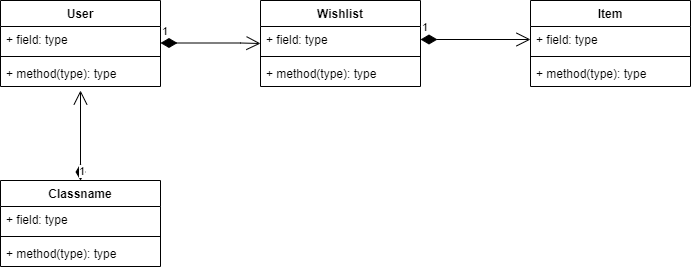
kasperkhansen/Projekt2_gruppe7 keeps this draw.io diagram as src/main/resources/static/Diagrams/ClassDiagram.png. Above is the earlier version. Source tidied: cells renumbered, new cells last; positions are measured from the earlier drawing's top-left corner, leaving out a move shared by most shapes.
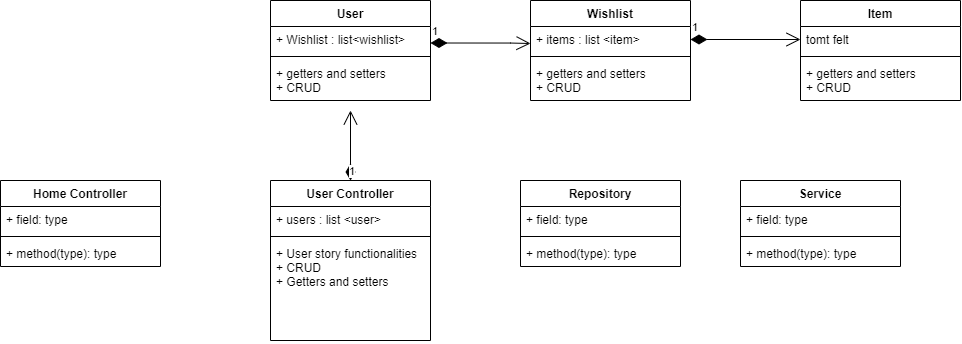
Later version of the same file.

What changed in the source:
```diff
@@ -3,40 +3,40 @@
     <mxCell id="0" />
     <mxCell id="1" parent="0" />
     <mxCell id="2" value="User" style="swimlane;fontStyle=1;align=center;verticalAlign=top;horizontal=1;startSize=26;" parent="1" vertex="1">
-      <mxGeometry width="160" height="86" as="geometry" />
+      <mxGeometry width="160" height="100" as="geometry" />
     </mxCell>
-    <mxCell id="3" value="+ field: type" style="text;strokeColor=none;fillColor=none;align=left;verticalAlign=top;spacingLeft=4;spacingRight=4;overflow=hidden;" parent="2" vertex="1">
+    <mxCell id="3" value="+ Wishlist : list&lt;wishlist&gt;" style="text;strokeColor=none;fillColor=none;align=left;verticalAlign=top;spacingLeft=4;spacingRight=4;overflow=hidden;" parent="2" vertex="1">
       <mxGeometry y="26" width="160" height="26" as="geometry" />
     </mxCell>
     <mxCell id="4" style="line;strokeWidth=1;fillColor=none;align=left;verticalAlign=middle;spacingTop=-1;spacingLeft=3;spacingRight=3;labelPosition=right;strokeColor=inherit;" parent="2" vertex="1">
       <mxGeometry y="52" width="160" height="8" as="geometry" />
     </mxCell>
-    <mxCell id="5" value="+ method(type): type" style="text;strokeColor=none;fillColor=none;align=left;verticalAlign=top;spacingLeft=4;spacingRight=4;overflow=hidden;" parent="2" vertex="1">
-      <mxGeometry y="60" width="160" height="26" as="geometry" />
+    <mxCell id="5" value="+ getters and setters&#10;+ CRUD" style="text;strokeColor=none;fillColor=none;align=left;verticalAlign=top;spacingLeft=4;spacingRight=4;overflow=hidden;" parent="2" vertex="1">
+      <mxGeometry y="60" width="160" height="40" as="geometry" />
     </mxCell>
     <mxCell id="6" value="Wishlist" style="swimlane;fontStyle=1;align=center;verticalAlign=top;horizontal=1;startSize=26;" parent="1" vertex="1">
-      <mxGeometry x="260" width="160" height="86" as="geometry" />
+      <mxGeometry x="260" width="160" height="100" as="geometry" />
     </mxCell>
-    <mxCell id="7" value="+ field: type" style="text;strokeColor=none;fillColor=none;align=left;verticalAlign=top;spacingLeft=4;spacingRight=4;overflow=hidden;points=[[0,0.5],[1,0.5]];portConstraint=eastwest;" parent="6" vertex="1">
+    <mxCell id="7" value="+ items : list &lt;item&gt;" style="text;strokeColor=none;fillColor=none;align=left;verticalAlign=top;spacingLeft=4;spacingRight=4;overflow=hidden;points=[[0,0.5],[1,0.5]];portConstraint=eastwest;" parent="6" vertex="1">
       <mxGeometry y="26" width="160" height="26" as="geometry" />
     </mxCell>
     <mxCell id="8" style="line;strokeWidth=1;fillColor=none;align=left;verticalAlign=middle;spacingTop=-1;spacingLeft=3;spacingRight=3;labelPosition=right;strokeColor=inherit;" parent="6" vertex="1">
       <mxGeometry y="52" width="160" height="8" as="geometry" />
     </mxCell>
-    <mxCell id="9" value="+ method(type): type" style="text;strokeColor=none;fillColor=none;align=left;verticalAlign=top;spacingLeft=4;spacingRight=4;overflow=hidden;" parent="6" vertex="1">
-      <mxGeometry y="60" width="160" height="26" as="geometry" />
+    <mxCell id="9" value="+ getters and setters&#10;+ CRUD" style="text;strokeColor=none;fillColor=none;align=left;verticalAlign=top;spacingLeft=4;spacingRight=4;overflow=hidden;" parent="6" vertex="1">
+      <mxGeometry y="60" width="160" height="40" as="geometry" />
     </mxCell>
     <mxCell id="10" value="Item" style="swimlane;fontStyle=1;align=center;verticalAlign=top;horizontal=1;startSize=26;" parent="1" vertex="1">
-      <mxGeometry x="530" width="160" height="86" as="geometry" />
+      <mxGeometry x="530" width="160" height="100" as="geometry" />
     </mxCell>
-    <mxCell id="11" value="+ field: type" style="text;strokeColor=none;fillColor=none;align=left;verticalAlign=top;spacingLeft=4;spacingRight=4;overflow=hidden;points=[[0,0.5],[1,0.5]];portConstraint=eastwest;" parent="10" vertex="1">
+    <mxCell id="11" value="tomt felt" style="text;strokeColor=none;fillColor=none;align=left;verticalAlign=top;spacingLeft=4;spacingRight=4;overflow=hidden;points=[[0,0.5],[1,0.5]];portConstraint=eastwest;" parent="10" vertex="1">
       <mxGeometry y="26" width="160" height="26" as="geometry" />
     </mxCell>
     <mxCell id="12" style="line;strokeWidth=1;fillColor=none;align=left;verticalAlign=middle;spacingTop=-1;spacingLeft=3;spacingRight=3;labelPosition=right;strokeColor=inherit;" parent="10" vertex="1">
       <mxGeometry y="52" width="160" height="8" as="geometry" />
     </mxCell>
-    <mxCell id="13" value="+ method(type): type" style="text;strokeColor=none;fillColor=none;align=left;verticalAlign=top;spacingLeft=4;spacingRight=4;overflow=hidden;" parent="10" vertex="1">
-      <mxGeometry y="60" width="160" height="26" as="geometry" />
+    <mxCell id="13" value="+ getters and setters&#10;+ CRUD" style="text;strokeColor=none;fillColor=none;align=left;verticalAlign=top;spacingLeft=4;spacingRight=4;overflow=hidden;" parent="10" vertex="1">
+      <mxGeometry y="60" width="160" height="40" as="geometry" />
     </mxCell>
     <mxCell id="14" value="1" style="endArrow=open;html=1;endSize=12;startArrow=diamondThin;startSize=14;startFill=1;edgeStyle=orthogonalEdgeStyle;align=left;verticalAlign=bottom;rounded=0;exitX=1;exitY=0.5;exitDx=0;exitDy=0;entryX=0;entryY=0.5;entryDx=0;entryDy=0;" parent="1" edge="1" source="7" target="11">
       <mxGeometry x="-1" y="3" relative="1" as="geometry" />
@@ -51,22 +51,58 @@
         </Array>
       </mxGeometry>
     </mxCell>
-    <mxCell id="16" value="Classname" style="swimlane;fontStyle=1;align=center;verticalAlign=top;horizontal=1;startSize=26;" parent="1" vertex="1">
-      <mxGeometry y="180" width="160" height="86" as="geometry" />
+    <mxCell id="16" value="User Controller" style="swimlane;fontStyle=1;align=center;verticalAlign=top;horizontal=1;startSize=26;" parent="1" vertex="1">
+      <mxGeometry y="180" width="160" height="160" as="geometry" />
     </mxCell>
-    <mxCell id="17" value="+ field: type" style="text;strokeColor=none;fillColor=none;align=left;verticalAlign=top;spacingLeft=4;spacingRight=4;overflow=hidden;" parent="16" vertex="1">
+    <mxCell id="17" value="+ users : list &lt;user&gt;" style="text;strokeColor=none;fillColor=none;align=left;verticalAlign=top;spacingLeft=4;spacingRight=4;overflow=hidden;" parent="16" vertex="1">
       <mxGeometry y="26" width="160" height="26" as="geometry" />
     </mxCell>
     <mxCell id="18" style="line;strokeWidth=1;fillColor=none;align=left;verticalAlign=middle;spacingTop=-1;spacingLeft=3;spacingRight=3;labelPosition=right;strokeColor=inherit;" parent="16" vertex="1">
       <mxGeometry y="52" width="160" height="8" as="geometry" />
     </mxCell>
-    <mxCell id="19" value="+ method(type): type" style="text;strokeColor=none;fillColor=none;align=left;verticalAlign=top;spacingLeft=4;spacingRight=4;overflow=hidden;" parent="16" vertex="1">
-      <mxGeometry y="60" width="160" height="26" as="geometry" />
+    <mxCell id="19" value="+ User story functionalities&#10;+ CRUD&#10;+ Getters and setters " style="text;strokeColor=none;fillColor=none;align=left;verticalAlign=top;spacingLeft=4;spacingRight=4;overflow=hidden;" parent="16" vertex="1">
+      <mxGeometry y="60" width="160" height="100" as="geometry" />
     </mxCell>
     <mxCell id="20" value="1" style="endArrow=open;html=1;endSize=12;startArrow=diamondThin;startSize=14;startFill=1;edgeStyle=orthogonalEdgeStyle;align=left;verticalAlign=bottom;rounded=0;exitX=0.5;exitY=0;exitDx=0;exitDy=0;" parent="1" edge="1" source="16">
       <mxGeometry x="-1" y="3" relative="1" as="geometry">
-        <mxPoint x="80" y="90" as="targetPoint" />
+        <mxPoint x="80" y="110" as="targetPoint" />
       </mxGeometry>
     </mxCell>
+    <mxCell id="21" value="Home Controller" style="swimlane;fontStyle=1;align=center;verticalAlign=top;horizontal=1;startSize=26;" parent="1" vertex="1">
+      <mxGeometry x="-270" y="180" width="160" height="86" as="geometry" />
+    </mxCell>
+    <mxCell id="22" value="+ field: type" style="text;strokeColor=none;fillColor=none;align=left;verticalAlign=top;spacingLeft=4;spacingRight=4;overflow=hidden;" parent="21" vertex="1">
+      <mxGeometry y="26" width="160" height="26" as="geometry" />
+    </mxCell>
+    <mxCell id="23" style="line;strokeWidth=1;fillColor=none;align=left;verticalAlign=middle;spacingTop=-1;spacingLeft=3;spacingRight=3;labelPosition=right;strokeColor=inherit;" parent="21" vertex="1">
+      <mxGeometry y="52" width="160" height="8" as="geometry" />
+    </mxCell>
+    <mxCell id="24" value="+ method(type): type" style="text;strokeColor=none;fillColor=none;align=left;verticalAlign=top;spacingLeft=4;spacingRight=4;overflow=hidden;" parent="21" vertex="1">
+      <mxGeometry y="60" width="160" height="26" as="geometry" />
+    </mxCell>
+    <mxCell id="25" value="Repository" style="swimlane;fontStyle=1;align=center;verticalAlign=top;horizontal=1;startSize=26;" parent="1" vertex="1">
+      <mxGeometry x="250" y="180" width="160" height="86" as="geometry" />
+    </mxCell>
+    <mxCell id="26" value="+ field: type" style="text;strokeColor=none;fillColor=none;align=left;verticalAlign=top;spacingLeft=4;spacingRight=4;overflow=hidden;" parent="25" vertex="1">
+      <mxGeometry y="26" width="160" height="26" as="geometry" />
+    </mxCell>
+    <mxCell id="27" style="line;strokeWidth=1;fillColor=none;align=left;verticalAlign=middle;spacingTop=-1;spacingLeft=3;spacingRight=3;labelPosition=right;strokeColor=inherit;" parent="25" vertex="1">
+      <mxGeometry y="52" width="160" height="8" as="geometry" />
+    </mxCell>
+    <mxCell id="28" value="+ method(type): type" style="text;strokeColor=none;fillColor=none;align=left;verticalAlign=top;spacingLeft=4;spacingRight=4;overflow=hidden;" parent="25" vertex="1">
+      <mxGeometry y="60" width="160" height="26" as="geometry" />
+    </mxCell>
+    <mxCell id="29" value="Service" style="swimlane;fontStyle=1;align=center;verticalAlign=top;horizontal=1;startSize=26;" parent="1" vertex="1">
+      <mxGeometry x="470" y="180" width="160" height="86" as="geometry" />
+    </mxCell>
+    <mxCell id="30" value="+ field: type" style="text;strokeColor=none;fillColor=none;align=left;verticalAlign=top;spacingLeft=4;spacingRight=4;overflow=hidden;" parent="29" vertex="1">
+      <mxGeometry y="26" width="160" height="26" as="geometry" />
+    </mxCell>
+    <mxCell id="31" style="line;strokeWidth=1;fillColor=none;align=left;verticalAlign=middle;spacingTop=-1;spacingLeft=3;spacingRight=3;labelPosition=right;strokeColor=inherit;" parent="29" vertex="1">
+      <mxGeometry y="52" width="160" height="8" as="geometry" />
+    </mxCell>
+    <mxCell id="32" value="+ method(type): type" style="text;strokeColor=none;fillColor=none;align=left;verticalAlign=top;spacingLeft=4;spacingRight=4;overflow=hidden;" parent="29" vertex="1">
+      <mxGeometry y="60" width="160" height="26" as="geometry" />
+    </mxCell>
   </root>
 </mxGraphModel>
```
